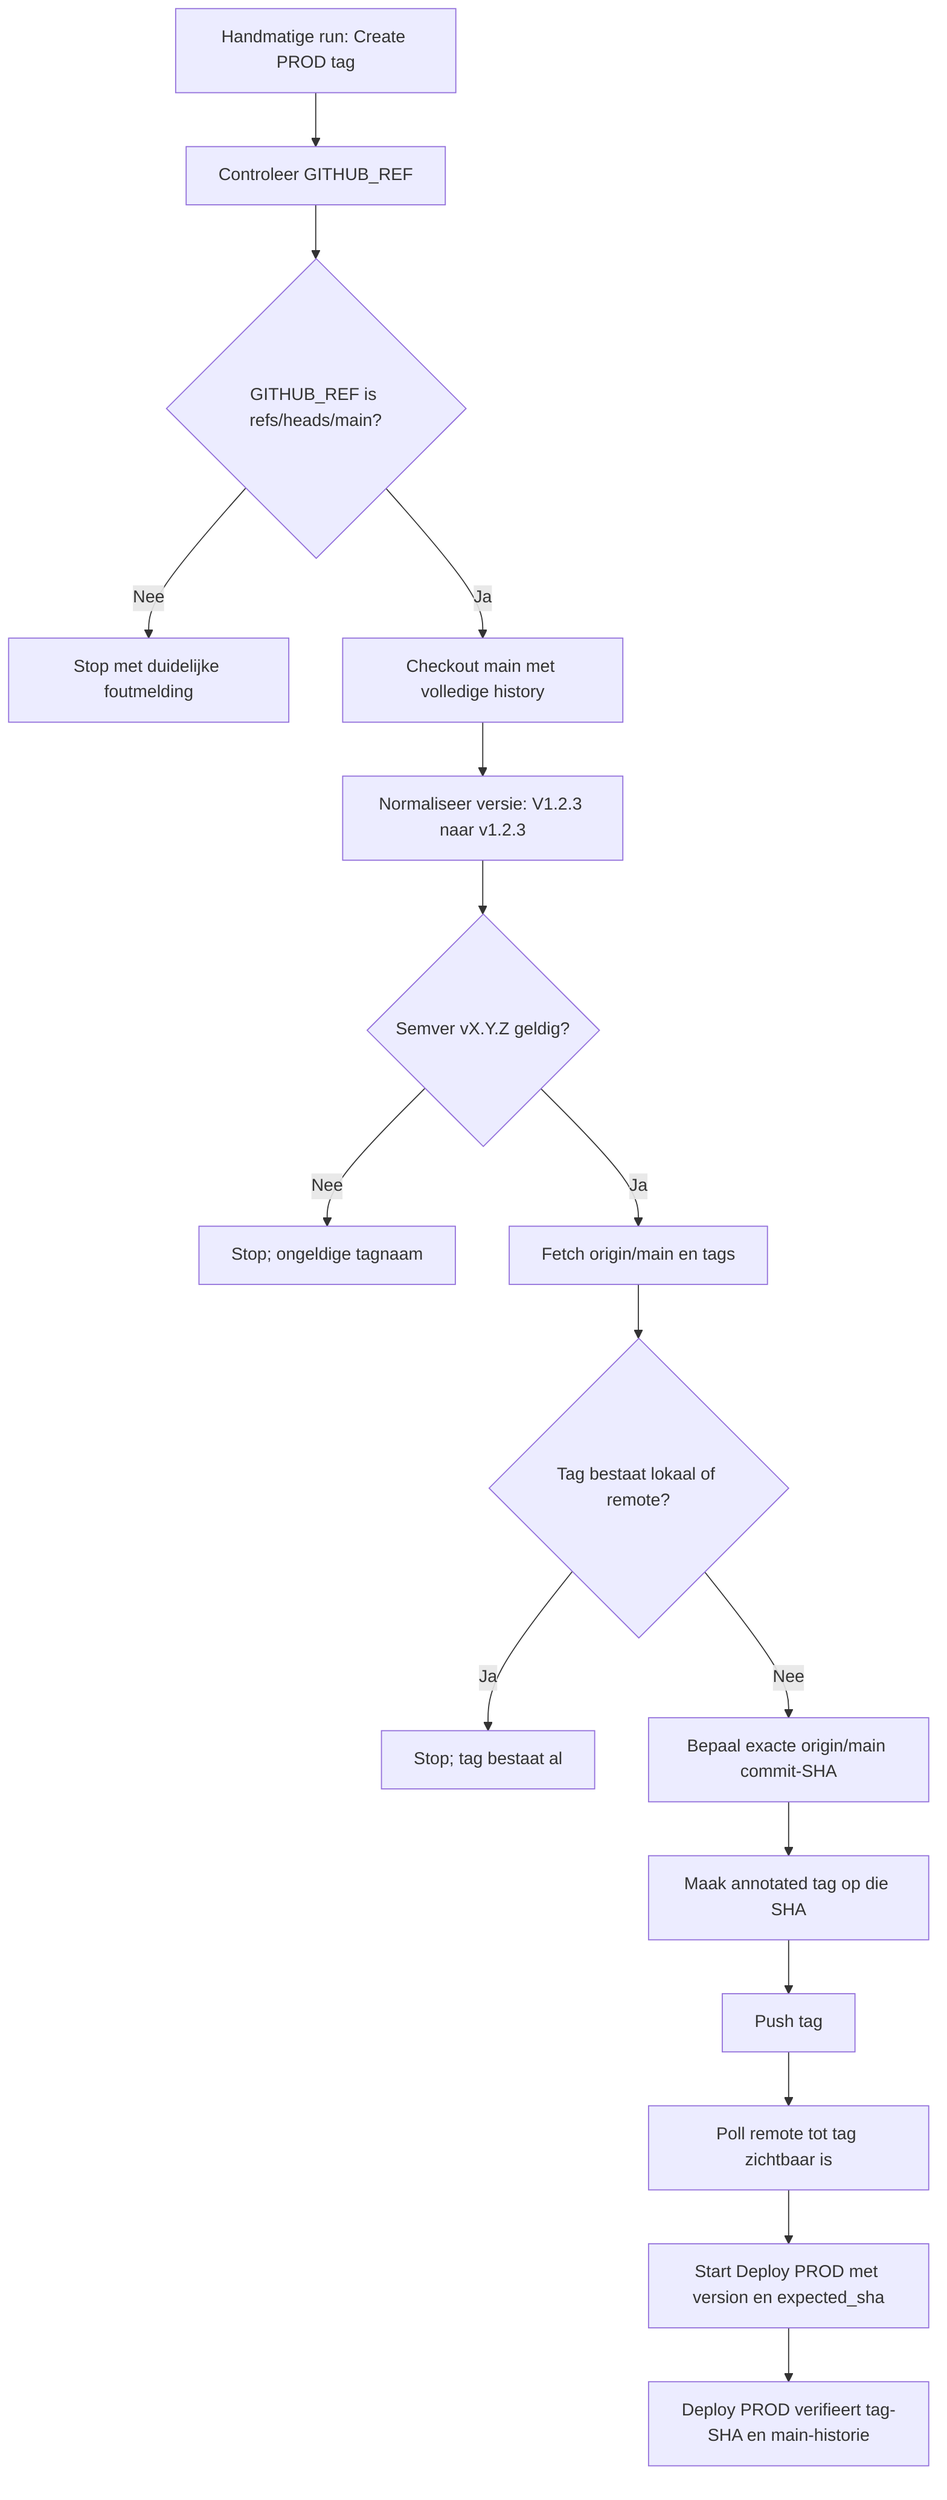
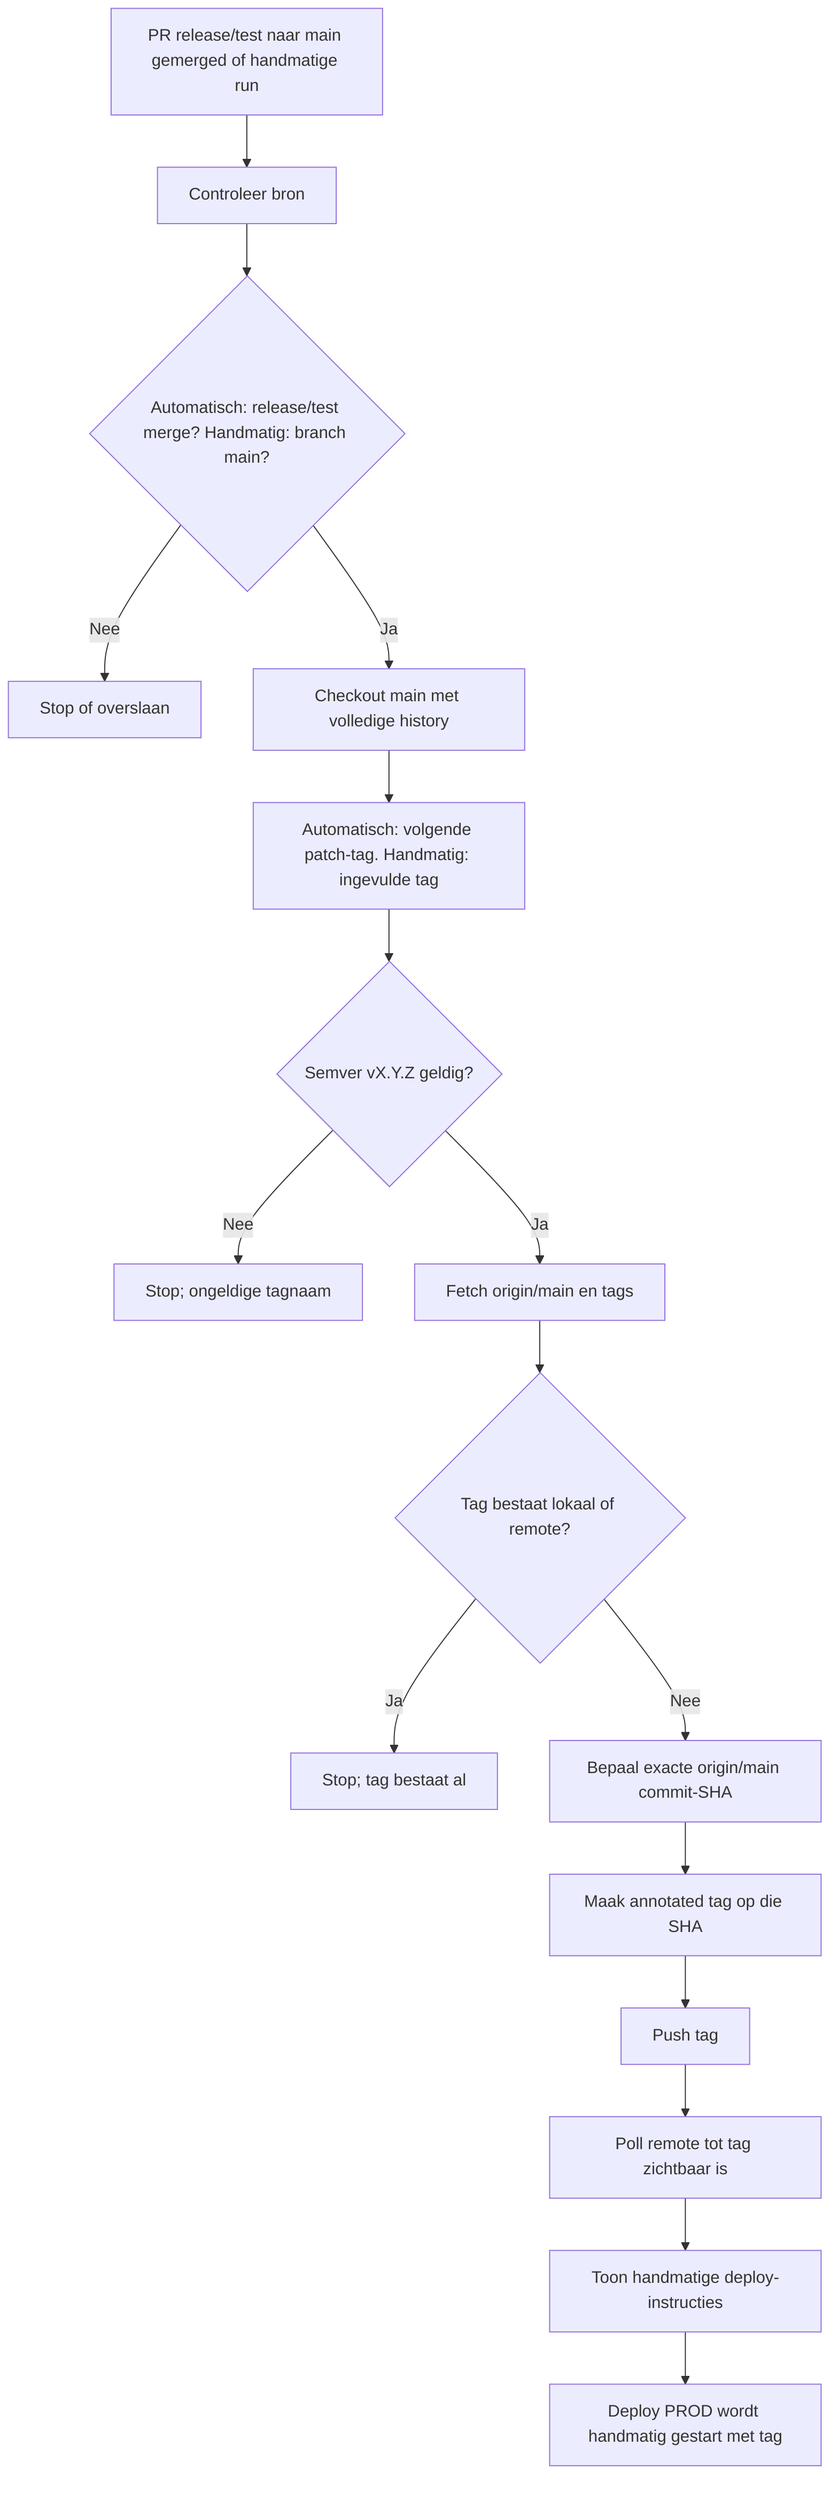
flowchart TD
-     A[Handmatige run: Create PROD tag] --> B[Controleer GITHUB_REF]
-     B --> C{GITHUB_REF is refs/heads/main?}
-     C -- Nee --> D[Stop met duidelijke foutmelding]
+     A[PR release/test naar main gemerged of handmatige run] --> B[Controleer bron]
+     B --> C{Automatisch: release/test merge? Handmatig: branch main?}
+     C -- Nee --> D[Stop of overslaan]
    C -- Ja --> E[Checkout main met volledige history]
-     E --> F[Normaliseer versie: V1.2.3 naar v1.2.3]
+     E --> F[Automatisch: volgende patch-tag. Handmatig: ingevulde tag]
    F --> G{Semver vX.Y.Z geldig?}
    G -- Nee --> H[Stop; ongeldige tagnaam]
    G -- Ja --> I[Fetch origin/main en tags]
    I --> J{Tag bestaat lokaal of remote?}
    J -- Ja --> K[Stop; tag bestaat al]
    J -- Nee --> L[Bepaal exacte origin/main commit-SHA]
    L --> M[Maak annotated tag op die SHA]
    M --> N[Push tag]
    N --> O[Poll remote tot tag zichtbaar is]
-     O --> P[Start Deploy PROD met version en expected_sha]
-     P --> Q[Deploy PROD verifieert tag-SHA en main-historie]
+     O --> P[Toon handmatige deploy-instructies]
+     P --> Q[Deploy PROD wordt handmatig gestart met tag]
